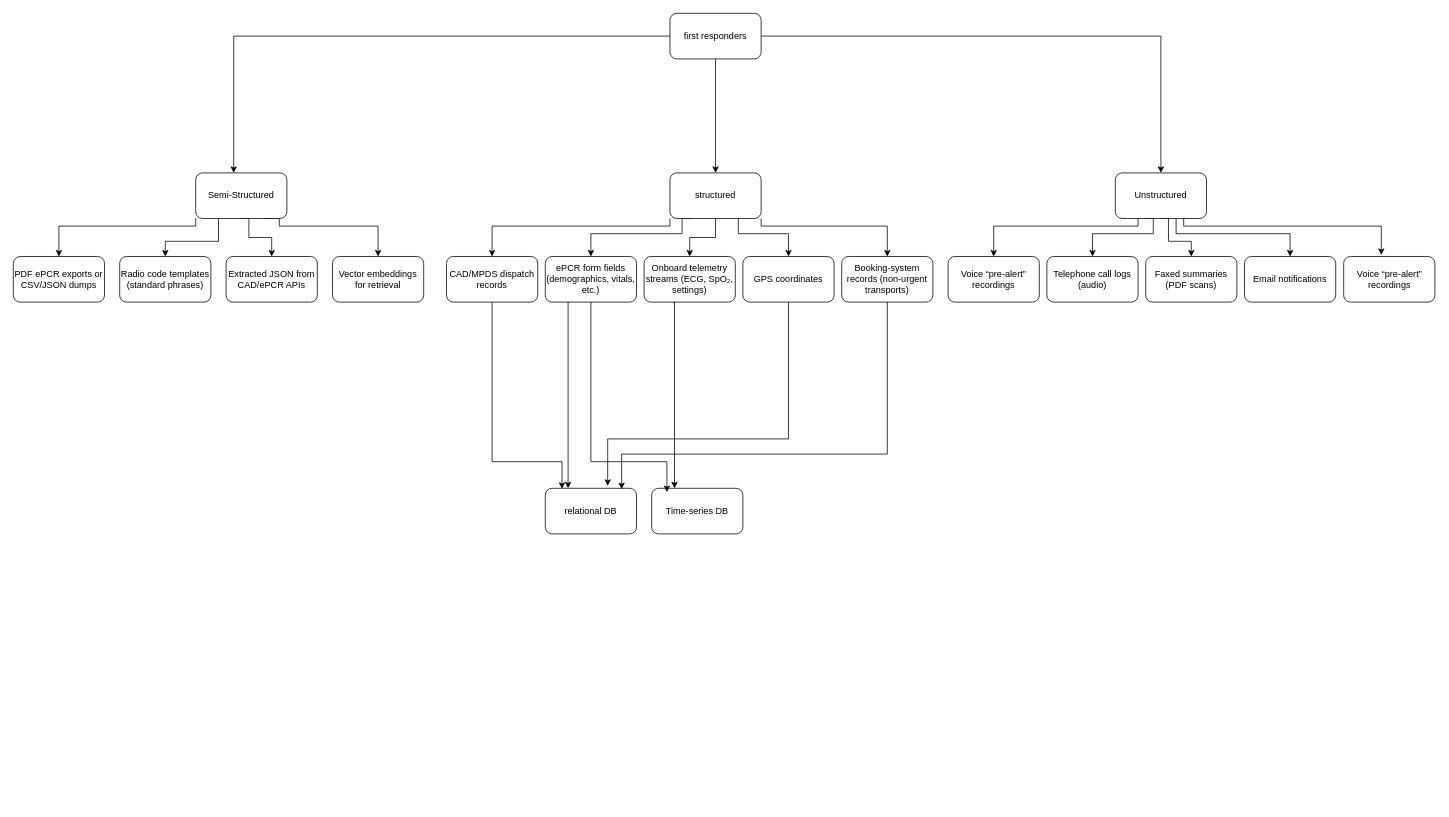
Before: data_flow.drawio in arian47/arianyavari.com, a draw.io diagram. Source tidied: cells renumbered, new cells numbered last; positions are measured from the earlier drawing's top-left corner, leaving out a move shared by most shapes. Both pictures are drawn from the tidied source at 76%, with x=0, y=0 at pixel (13, 13).
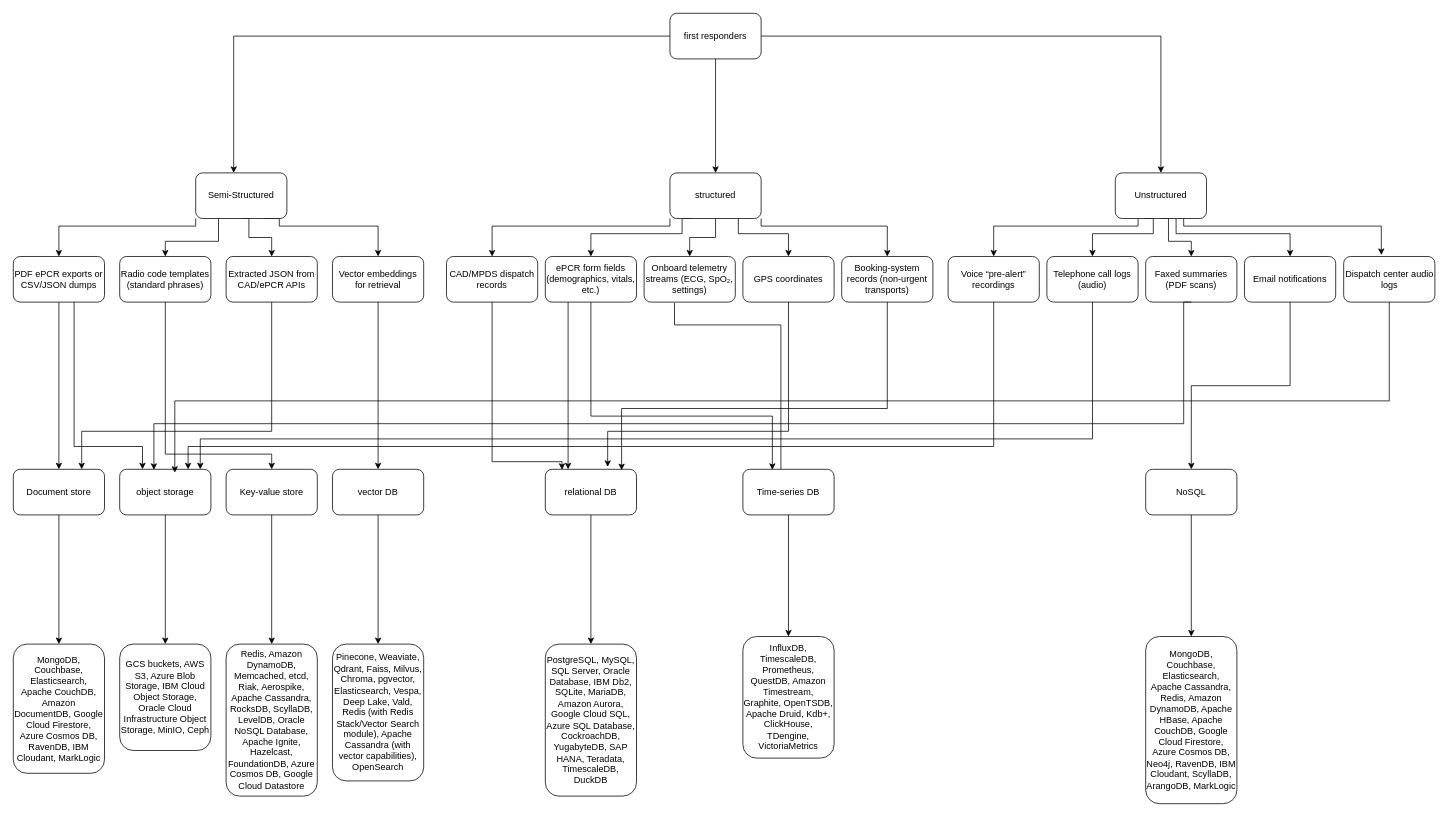
After the change.

Unchanged cells that the change refers to:
```xml
<mxCell id="11" value="ePCR form fields (demographics, vitals, etc.)" style="rounded=1;whiteSpace=wrap;html=1;" parent="1" vertex="1">
  <mxGeometry x="700" y="320" width="120" height="60" as="geometry" />
</mxCell>
<mxCell id="13" value="Onboard telemetry streams (ECG, SpO₂, settings)" style="rounded=1;whiteSpace=wrap;html=1;" parent="1" vertex="1">
  <mxGeometry x="830" y="320" width="120" height="60" as="geometry" />
</mxCell>
<mxCell id="14" value="GPS coordinates" style="rounded=1;whiteSpace=wrap;html=1;" parent="1" vertex="1">
  <mxGeometry x="960" y="320" width="120" height="60" as="geometry" />
</mxCell>
<mxCell id="15" value="Booking‑system records (non‑urgent transports)" style="rounded=1;whiteSpace=wrap;html=1;" parent="1" vertex="1">
  <mxGeometry x="1090" y="320" width="120" height="60" as="geometry" />
</mxCell>
<mxCell id="21" value="Radio code templates (standard phrases)" style="rounded=1;whiteSpace=wrap;html=1;" parent="1" vertex="1">
  <mxGeometry x="140" y="320" width="120" height="60" as="geometry" />
</mxCell>
<mxCell id="22" value="Extracted JSON from CAD/ePCR APIs" style="rounded=1;whiteSpace=wrap;html=1;" parent="1" vertex="1">
  <mxGeometry x="280" y="320" width="120" height="60" as="geometry" />
</mxCell>
<mxCell id="23" value="Vector embeddings for retrieval" style="rounded=1;whiteSpace=wrap;html=1;" parent="1" vertex="1">
  <mxGeometry x="420" y="320" width="120" height="60" as="geometry" />
</mxCell>
<mxCell id="24" value="PDF ePCR exports or CSV/JSON dumps" style="rounded=1;whiteSpace=wrap;html=1;" parent="1" vertex="1">
  <mxGeometry y="320" width="120" height="60" as="geometry" />
</mxCell>
<mxCell id="30" value="Voice “pre‑alert” recordings" style="rounded=1;whiteSpace=wrap;html=1;" parent="1" vertex="1">
  <mxGeometry x="1230" y="320" width="120" height="60" as="geometry" />
</mxCell>
<mxCell id="31" value="Telephone call logs (audio)" style="rounded=1;whiteSpace=wrap;html=1;" parent="1" vertex="1">
  <mxGeometry x="1360" y="320" width="120" height="60" as="geometry" />
</mxCell>
<mxCell id="32" value="Faxed summaries (PDF scans)" style="rounded=1;whiteSpace=wrap;html=1;" parent="1" vertex="1">
  <mxGeometry x="1490" y="320" width="120" height="60" as="geometry" />
</mxCell>
<mxCell id="33" value="Email notifications" style="rounded=1;whiteSpace=wrap;html=1;" parent="1" vertex="1">
  <mxGeometry x="1620" y="320" width="120" height="60" as="geometry" />
</mxCell>
```

What changed in the source:
```diff
@@
-    <mxCell id="12" style="edgeStyle=orthogonalEdgeStyle;rounded=0;jettySize=auto;html=1;exitX=0.333;exitY=1.019;exitDx=0;exitDy=0;entryX=0.25;entryY=0;entryDx=0;entryDy=0;exitPerimeter=0;" parent="1" edge="1" source="13" target="41">
+    <mxCell id="12" style="edgeStyle=orthogonalEdgeStyle;rounded=0;jettySize=auto;html=1;exitX=0.333;exitY=1.019;exitDx=0;exitDy=0;entryX=0.5;entryY=0;entryDx=0;entryDy=0;exitPerimeter=0;" parent="1" edge="1" source="13" target="41">
       <mxGeometry relative="1" as="geometry">
         <Array as="points">
-          <mxPoint x="869" y="381" />
-          <mxPoint x="869" y="380" />
-          <mxPoint x="870" y="380" />
+          <mxPoint x="870" y="410" />
+          <mxPoint x="1010" y="410" />
+          <mxPoint x="1010" y="625" />
         </Array>
       </mxGeometry>
     </mxCell>
@@
+    <mxCell id="45" style="edgeStyle=orthogonalEdgeStyle;rounded=0;jettySize=auto;html=1;exitX=0.5;exitY=1;exitDx=0;exitDy=0;entryX=0.5;entryY=0;entryDx=0;entryDy=0;" parent="1" edge="1" source="21" target="63">
+      <mxGeometry relative="1" as="geometry">
+        <Array as="points">
+          <mxPoint x="200" y="580" />
+          <mxPoint x="340" y="580" />
+        </Array>
+      </mxGeometry>
+    </mxCell>
@@
+    <mxCell id="46" style="edgeStyle=orthogonalEdgeStyle;rounded=0;jettySize=auto;html=1;exitX=0.5;exitY=1;exitDx=0;exitDy=0;entryX=0.75;entryY=0;entryDx=0;entryDy=0;" parent="1" edge="1" source="22" target="57">
+      <mxGeometry relative="1" as="geometry">
+        <Array as="points">
+          <mxPoint x="340" y="550" />
+          <mxPoint x="90" y="550" />
+        </Array>
+      </mxGeometry>
+    </mxCell>
@@
+    <mxCell id="47" style="edgeStyle=orthogonalEdgeStyle;rounded=0;jettySize=auto;html=1;exitX=0.5;exitY=1;exitDx=0;exitDy=0;entryX=0.5;entryY=0;entryDx=0;entryDy=0;" parent="1" edge="1" source="23" target="66">
+      <mxGeometry relative="1" as="geometry" />
+    </mxCell>
@@
+    <mxCell id="48" style="edgeStyle=orthogonalEdgeStyle;rounded=0;jettySize=auto;html=1;entryX=0.5;entryY=0;entryDx=0;entryDy=0;" parent="1" edge="1" source="24" target="57">
+      <mxGeometry relative="1" as="geometry" />
+    </mxCell>
+    <mxCell id="49" style="edgeStyle=orthogonalEdgeStyle;rounded=0;jettySize=auto;html=1;entryX=0.25;entryY=0;entryDx=0;entryDy=0;" parent="1" edge="1" source="24" target="59">
+      <mxGeometry relative="1" as="geometry">
+        <Array as="points">
+          <mxPoint x="80" y="570" />
+          <mxPoint x="170" y="570" />
+        </Array>
+      </mxGeometry>
+    </mxCell>
@@
+    <mxCell id="50" style="edgeStyle=orthogonalEdgeStyle;rounded=0;jettySize=auto;html=1;exitX=0.5;exitY=1;exitDx=0;exitDy=0;entryX=0.75;entryY=0;entryDx=0;entryDy=0;" parent="1" edge="1" source="30" target="59">
+      <mxGeometry relative="1" as="geometry">
+        <Array as="points">
+          <mxPoint x="1290" y="570" />
+          <mxPoint x="230" y="570" />
+        </Array>
+      </mxGeometry>
+    </mxCell>
@@
+    <mxCell id="51" style="edgeStyle=orthogonalEdgeStyle;rounded=0;jettySize=auto;html=1;exitX=0.5;exitY=1;exitDx=0;exitDy=0;entryX=0.5;entryY=0;entryDx=0;entryDy=0;" parent="1" edge="1" source="33" target="71">
+      <mxGeometry relative="1" as="geometry" />
+    </mxCell>
@@
-    <mxCell id="34" value="Voice “pre‑alert” recordings" style="rounded=1;whiteSpace=wrap;html=1;" parent="1" vertex="1">
+    <mxCell id="34" value="Dispatch center audio logs" style="rounded=1;whiteSpace=wrap;html=1;" parent="1" vertex="1">
       <mxGeometry x="1750.5" y="320" width="120" height="60" as="geometry" />
     </mxCell>
@@
+    <mxCell id="52" style="edgeStyle=orthogonalEdgeStyle;rounded=0;jettySize=auto;html=1;entryX=0.5;entryY=0;entryDx=0;entryDy=0;exitX=0.5;exitY=1;exitDx=0;exitDy=0;" parent="1" edge="1" source="40" target="54">
+      <mxGeometry relative="1" as="geometry" />
+    </mxCell>
     <mxCell id="40" value="relational DB" style="rounded=1;whiteSpace=wrap;html=1;" parent="1" vertex="1">
-      <mxGeometry x="700" y="625" width="120" height="60" as="geometry" />
+      <mxGeometry x="700" y="600" width="120" height="60" as="geometry" />
     </mxCell>
+    <mxCell id="53" style="edgeStyle=orthogonalEdgeStyle;rounded=0;jettySize=auto;html=1;exitX=0.5;exitY=1;exitDx=0;exitDy=0;" parent="1" edge="1" source="41" target="55">
+      <mxGeometry relative="1" as="geometry" />
+    </mxCell>
     <mxCell id="41" value="Time‑series DB" style="rounded=1;whiteSpace=wrap;html=1;" parent="1" vertex="1">
-      <mxGeometry x="840" y="625" width="120" height="60" as="geometry" />
+      <mxGeometry x="960" y="600" width="120" height="60" as="geometry" />
     </mxCell>
-    <mxCell id="42" style="edgeStyle=orthogonalEdgeStyle;rounded=0;jettySize=auto;html=1;exitX=0.5;exitY=1;exitDx=0;exitDy=0;entryX=0.167;entryY=0.083;entryDx=0;entryDy=0;entryPerimeter=0;" parent="1" edge="1" source="11" target="41">
+    <mxCell id="42" style="edgeStyle=orthogonalEdgeStyle;rounded=0;jettySize=auto;html=1;exitX=0.5;exitY=1;exitDx=0;exitDy=0;entryX=0.323;entryY=0.012;entryDx=0;entryDy=0;entryPerimeter=0;" parent="1" edge="1" source="11" target="41">
       <mxGeometry relative="1" as="geometry">
         <Array as="points">
-          <mxPoint x="760" y="590" />
-          <mxPoint x="860" y="590" />
+          <mxPoint x="760" y="530" />
+          <mxPoint x="999" y="530" />
         </Array>
       </mxGeometry>
     </mxCell>
     <mxCell id="43" style="edgeStyle=orthogonalEdgeStyle;rounded=0;jettySize=auto;html=1;exitX=0.5;exitY=1;exitDx=0;exitDy=0;entryX=0.684;entryY=-0.053;entryDx=0;entryDy=0;entryPerimeter=0;" parent="1" edge="1" source="14" target="40">
       <mxGeometry relative="1" as="geometry">
         <Array as="points">
-          <mxPoint x="1020" y="560" />
-          <mxPoint x="782" y="560" />
+          <mxPoint x="1020" y="550" />
+          <mxPoint x="782" y="550" />
         </Array>
       </mxGeometry>
     </mxCell>
     <mxCell id="44" style="edgeStyle=orthogonalEdgeStyle;rounded=0;jettySize=auto;html=1;entryX=0.837;entryY=0.02;entryDx=0;entryDy=0;entryPerimeter=0;" parent="1" edge="1" source="15" target="40">
       <mxGeometry relative="1" as="geometry">
         <Array as="points">
-          <mxPoint x="1150" y="580" />
-          <mxPoint x="800" y="580" />
+          <mxPoint x="1150" y="520" />
+          <mxPoint x="800" y="520" />
         </Array>
       </mxGeometry>
     </mxCell>
+    <mxCell id="54" value="PostgreSQL, MySQL, SQL Server, Oracle Database, IBM Db2, SQLite, MariaDB, Amazon Aurora, Google Cloud SQL, Azure SQL Database, CockroachDB, YugabyteDB, SAP HANA, Teradata, TimescaleDB, DuckDB" style="rounded=1;whiteSpace=wrap;html=1;" parent="1" vertex="1">
+      <mxGeometry x="700" y="830" width="120" height="200" as="geometry" />
+    </mxCell>
+    <mxCell id="55" value="InfluxDB, TimescaleDB, Prometheus, QuestDB, Amazon Timestream, Graphite, OpenTSDB, Apache Druid, Kdb+, ClickHouse, TDengine, VictoriaMetrics" style="rounded=1;whiteSpace=wrap;html=1;" parent="1" vertex="1">
+      <mxGeometry x="960" y="820" width="120" height="160" as="geometry" />
+    </mxCell>
+    <mxCell id="56" style="edgeStyle=orthogonalEdgeStyle;rounded=0;jettySize=auto;html=1;exitX=0.5;exitY=1;exitDx=0;exitDy=0;entryX=0.5;entryY=0;entryDx=0;entryDy=0;" parent="1" edge="1" source="57" target="60">
+      <mxGeometry relative="1" as="geometry" />
+    </mxCell>
+    <mxCell id="57" value="Document store" style="rounded=1;whiteSpace=wrap;html=1;" parent="1" vertex="1">
+      <mxGeometry y="600" width="120" height="60" as="geometry" />
+    </mxCell>
+    <mxCell id="58" style="edgeStyle=orthogonalEdgeStyle;rounded=0;jettySize=auto;html=1;exitX=0.5;exitY=1;exitDx=0;exitDy=0;entryX=0.5;entryY=0;entryDx=0;entryDy=0;" parent="1" edge="1" source="59" target="61">
+      <mxGeometry relative="1" as="geometry" />
+    </mxCell>
+    <mxCell id="59" value="object storage" style="rounded=1;whiteSpace=wrap;html=1;" parent="1" vertex="1">
+      <mxGeometry x="140" y="600" width="120" height="60" as="geometry" />
+    </mxCell>
+    <mxCell id="60" value="MongoDB, Couchbase, Elasticsearch, Apache CouchDB, Amazon DocumentDB, Google Cloud Firestore, Azure Cosmos DB, RavenDB, IBM Cloudant, MarkLogic" style="rounded=1;whiteSpace=wrap;html=1;" parent="1" vertex="1">
+      <mxGeometry y="830" width="120" height="170" as="geometry" />
+    </mxCell>
+    <mxCell id="61" value="GCS buckets, AWS S3, Azure Blob Storage, IBM Cloud Object Storage, Oracle Cloud Infrastructure Object Storage, MinIO, Ceph" style="rounded=1;whiteSpace=wrap;html=1;" parent="1" vertex="1">
+      <mxGeometry x="140" y="830" width="120" height="140" as="geometry" />
+    </mxCell>
+    <mxCell id="62" style="edgeStyle=orthogonalEdgeStyle;rounded=0;jettySize=auto;html=1;exitX=0.5;exitY=1;exitDx=0;exitDy=0;entryX=0.5;entryY=0;entryDx=0;entryDy=0;" parent="1" edge="1" source="63" target="64">
+      <mxGeometry relative="1" as="geometry" />
+    </mxCell>
+    <mxCell id="63" value="Key‑value store" style="rounded=1;whiteSpace=wrap;html=1;" parent="1" vertex="1">
+      <mxGeometry x="280" y="600" width="120" height="60" as="geometry" />
+    </mxCell>
+    <mxCell id="64" value="Redis, Amazon DynamoDB, Memcached, etcd, Riak, Aerospike, Apache Cassandra, RocksDB, ScyllaDB, LevelDB, Oracle NoSQL Database, Apache Ignite, Hazelcast, FoundationDB, Azure Cosmos DB, Google Cloud Datastore" style="rounded=1;whiteSpace=wrap;html=1;" parent="1" vertex="1">
+      <mxGeometry x="280" y="830" width="120" height="200" as="geometry" />
+    </mxCell>
+    <mxCell id="65" style="edgeStyle=orthogonalEdgeStyle;rounded=0;jettySize=auto;html=1;exitX=0.5;exitY=1;exitDx=0;exitDy=0;entryX=0.5;entryY=0;entryDx=0;entryDy=0;" parent="1" edge="1" source="66" target="67">
+      <mxGeometry relative="1" as="geometry" />
+    </mxCell>
+    <mxCell id="66" value="vector DB" style="rounded=1;whiteSpace=wrap;html=1;" parent="1" vertex="1">
+      <mxGeometry x="420" y="600" width="120" height="60" as="geometry" />
+    </mxCell>
+    <mxCell id="67" value="Pinecone, Weaviate, Qdrant, Faiss, Milvus, Chroma, pgvector, Elasticsearch, Vespa, Deep Lake, Vald, Redis (with Redis Stack/Vector Search module), Apache Cassandra (with vector capabilities), OpenSearch" style="rounded=1;whiteSpace=wrap;html=1;" parent="1" vertex="1">
+      <mxGeometry x="420" y="830" width="120" height="180" as="geometry" />
+    </mxCell>
+    <mxCell id="68" style="edgeStyle=orthogonalEdgeStyle;rounded=0;jettySize=auto;html=1;exitX=0.5;exitY=1;exitDx=0;exitDy=0;" parent="1" edge="1" source="31" target="59">
+      <mxGeometry relative="1" as="geometry">
+        <Array as="points">
+          <mxPoint x="1420" y="560" />
+          <mxPoint x="246" y="560" />
+        </Array>
+      </mxGeometry>
+    </mxCell>
+    <mxCell id="69" style="edgeStyle=orthogonalEdgeStyle;rounded=0;jettySize=auto;html=1;exitX=0.5;exitY=1;exitDx=0;exitDy=0;entryX=0.375;entryY=0.012;entryDx=0;entryDy=0;entryPerimeter=0;" parent="1" edge="1" source="32" target="59">
+      <mxGeometry relative="1" as="geometry">
+        <Array as="points">
+          <mxPoint x="1540" y="380" />
+          <mxPoint x="1540" y="540" />
+          <mxPoint x="185" y="540" />
+        </Array>
+      </mxGeometry>
+    </mxCell>
+    <mxCell id="70" style="edgeStyle=orthogonalEdgeStyle;rounded=0;jettySize=auto;html=1;exitX=0.5;exitY=1;exitDx=0;exitDy=0;" parent="1" edge="1" source="71" target="72">
+      <mxGeometry relative="1" as="geometry" />
+    </mxCell>
+    <mxCell id="71" value="NoSQL" style="rounded=1;whiteSpace=wrap;html=1;" parent="1" vertex="1">
+      <mxGeometry x="1490" y="600" width="120" height="60" as="geometry" />
+    </mxCell>
+    <mxCell id="72" value="MongoDB, Couchbase, Elasticsearch, Apache Cassandra, Redis, Amazon DynamoDB, Apache HBase, Apache CouchDB, Google Cloud Firestore, Azure Cosmos DB, Neo4j, RavenDB, IBM Cloudant, ScyllaDB, ArangoDB, MarkLogic" style="rounded=1;whiteSpace=wrap;html=1;" parent="1" vertex="1">
+      <mxGeometry x="1490" y="820" width="120" height="220" as="geometry" />
+    </mxCell>
+    <mxCell id="73" style="edgeStyle=orthogonalEdgeStyle;rounded=0;jettySize=auto;html=1;exitX=0.5;exitY=1;exitDx=0;exitDy=0;entryX=0.604;entryY=0.075;entryDx=0;entryDy=0;entryPerimeter=0;" parent="1" edge="1" source="34" target="59">
+      <mxGeometry relative="1" as="geometry">
+        <Array as="points">
+          <mxPoint x="1811" y="510" />
+          <mxPoint x="213" y="510" />
+        </Array>
+      </mxGeometry>
+    </mxCell>
```
